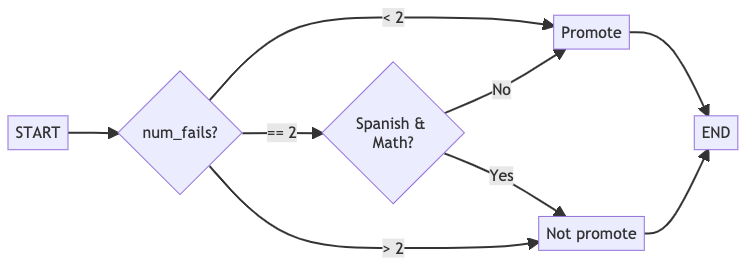
sdelquin/pyceu keeps this Mermaid diagram as assignments/statements/img/eso-promote.png. Above is the earlier version. Its source is kept beside it as assignments/statements/img/eso-promote.mmd. Its diagram source:
```mermaid
flowchart LR
    A[START] --> B{num_fails?}
    B -- < 2 --> C[Promote]
    B -- == 2 --> D{Spanish & <br> Math?}
    B -- > 2 --> E[Not promote]
    D -- No --> C
    D -- Yes --> E
    C --> F[END]
    E --> F
```
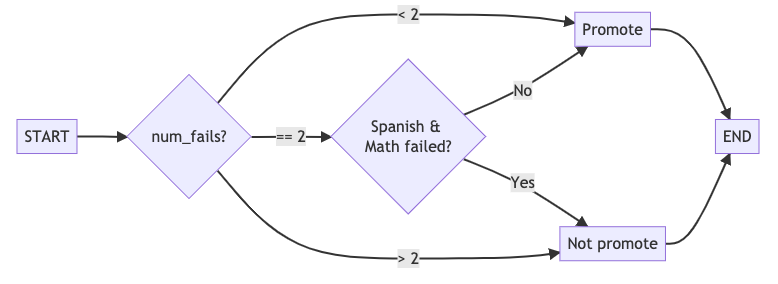
The same file after the commit.

What changed in the source:
```diff
@@ -1,7 +1,7 @@
 flowchart LR
     A[START] --> B{num_fails?}
     B -- < 2 --> C[Promote]
-    B -- == 2 --> D{Spanish & <br> Math?}
+    B -- == 2 --> D{Spanish & <br> Math failed?}
     B -- > 2 --> E[Not promote]
     D -- No --> C
     D -- Yes --> E
```
